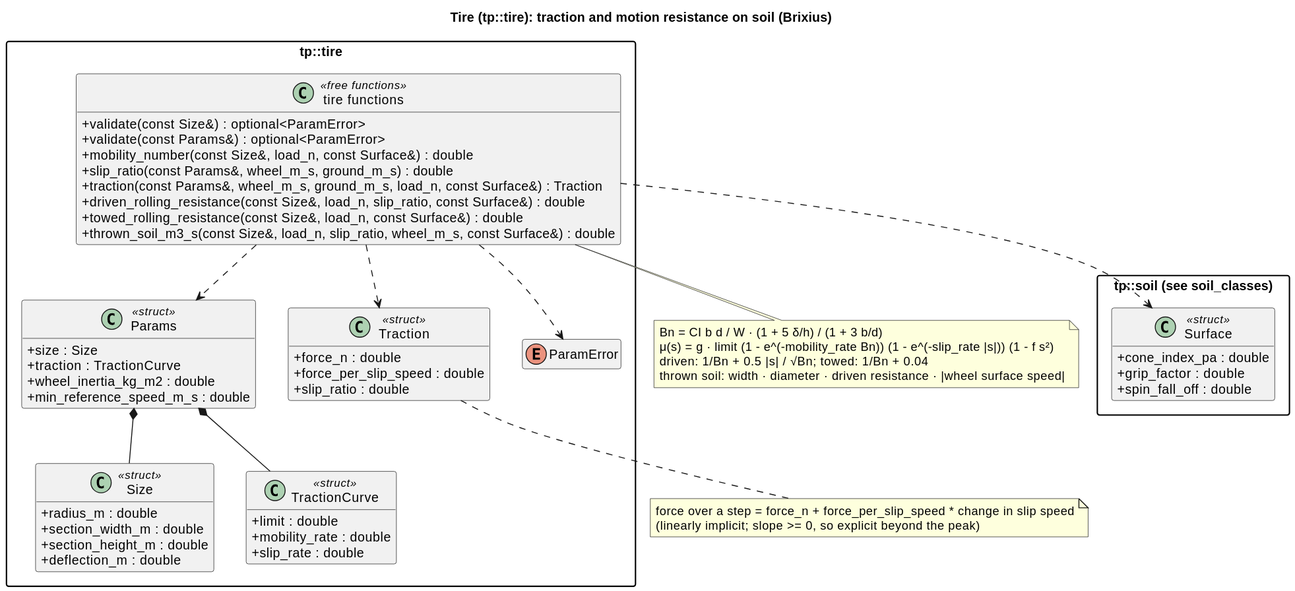
The PlantUML diagram docs/diagrams/svg/tire_classes.svg in wversteeg/TractorPulling, before a commit.
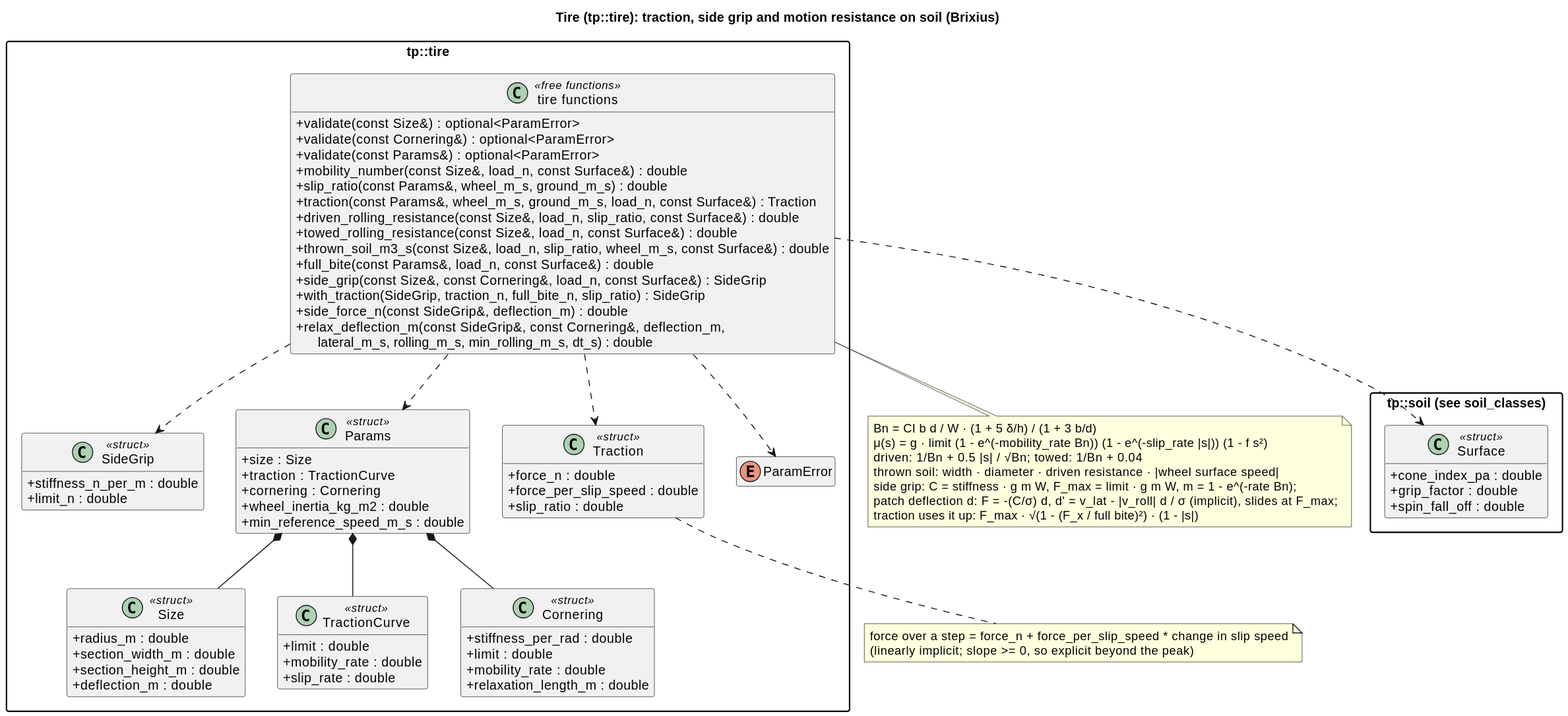
The same file after the commit.

Diff of the diagram source:
```diff
@@ -1,5 +1,5 @@
 @startuml
-title Tire (tp::tire): traction and motion resistance on soil (Brixius)
+title Tire (tp::tire): traction, side grip and motion resistance on soil (Brixius)
 hide empty members
 skinparam packageStyle rectangle
 skinparam classAttributeIconSize 0
@@ -24,9 +24,20 @@
     +mobility_rate : double
     +slip_rate : double
   }
+  class Cornering <<struct>> {
+    +stiffness_per_rad : double
+    +limit : double
+    +mobility_rate : double
+    +relaxation_length_m : double
+  }
+  class SideGrip <<struct>> {
+    +stiffness_n_per_m : double
+    +limit_n : double
+  }
   class Params <<struct>> {
     +size : Size
     +traction : TractionCurve
+    +cornering : Cornering
     +wheel_inertia_kg_m2 : double
     +min_reference_speed_m_s : double
   }
@@ -38,6 +49,7 @@
   enum ParamError
   class "tire functions" as TireFns <<free functions>> {
     +validate(const Size&) : optional<ParamError>
+    +validate(const Cornering&) : optional<ParamError>
     +validate(const Params&) : optional<ParamError>
     +mobility_number(const Size&, load_n, const Surface&) : double
     +slip_ratio(const Params&, wheel_m_s, ground_m_s) : double
@@ -45,9 +57,16 @@
     +driven_rolling_resistance(const Size&, load_n, slip_ratio, const Surface&) : double
     +towed_rolling_resistance(const Size&, load_n, const Surface&) : double
     +thrown_soil_m3_s(const Size&, load_n, slip_ratio, wheel_m_s, const Surface&) : double
+    +full_bite(const Params&, load_n, const Surface&) : double
+    +side_grip(const Size&, const Cornering&, load_n, const Surface&) : SideGrip
+    +with_traction(SideGrip, traction_n, full_bite_n, slip_ratio) : SideGrip
+    +side_force_n(const SideGrip&, deflection_m) : double
+    +relax_deflection_m(const SideGrip&, const Cornering&, deflection_m,\n      lateral_m_s, rolling_m_s, min_rolling_m_s, dt_s) : double
   }
   Params *-- Size
   Params *-- TractionCurve
+  Params *-- Cornering
+  TireFns ..> SideGrip
   TireFns ..> Params
   TireFns ..> Traction
   TireFns ..> ParamError
@@ -58,6 +77,9 @@
   μ(s) = g · limit (1 - e^(-mobility_rate Bn)) (1 - e^(-slip_rate |s|)) (1 - f s²)
   driven: 1/Bn + 0.5 |s| / √Bn;  towed: 1/Bn + 0.04
   thrown soil: width · diameter · driven resistance · |wheel surface speed|
+  side grip: C = stiffness · g m W, F_max = limit · g m W, m = 1 - e^(-rate Bn);
+  patch deflection d: F = -(C/σ) d, d' = v_lat - |v_roll| d / σ (implicit), slides at F_max;
+  traction uses it up: F_max · √(1 - (F_x / full bite)²) · (1 - |s|)
 end note
 note bottom of Traction
   force over a step = force_n + force_per_slip_speed * change in slip speed
```
